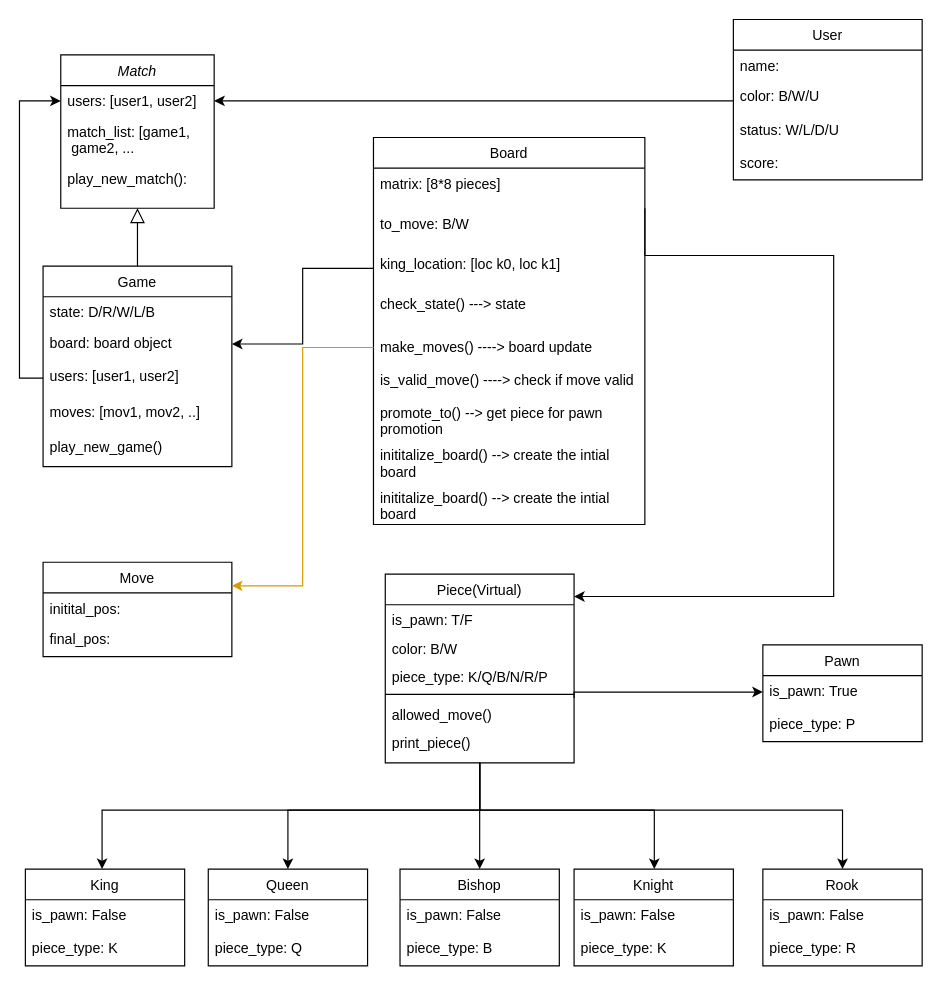
arindam9999/cgine keeps this draw.io diagram as class_diagram.drawio. Above is the earlier version. Source tidied: cells renumbered, new cells numbered last; positions are measured from the earlier drawing's top-left corner, leaving out a move shared by most shapes. Both pictures are drawn from the tidied source at 118%, with x=0, y=0 at pixel (25, 19).
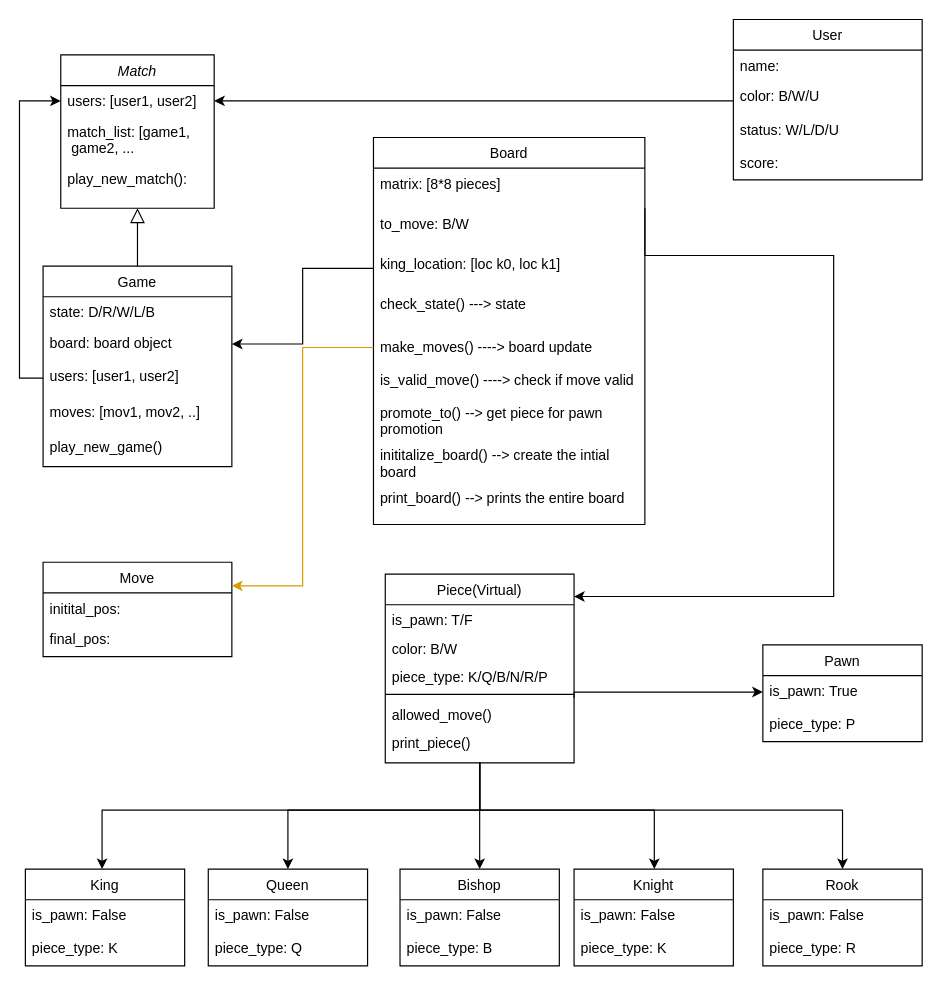
Above is the later version.

Commit message (it also covers changes not shown here):
Define list of TODOs

The change refers to these unchanged cells:
```xml
<mxCell id="25" value="Board" style="swimlane;fontStyle=0;align=center;verticalAlign=top;horizontal=1;startSize=26;rounded=0;shadow=0;strokeWidth=1;" parent="1" vertex="1">
  <mxGeometry x="295" y="100" width="230" height="328" as="geometry" />
</mxCell>
```

The edit, as a diff of the source:
```diff
@@
-    <mxCell id="34" value="inititalize_board() --&gt; create the intial &#10;board" style="text;align=left;verticalAlign=top;spacingLeft=4;spacingRight=4;overflow=hidden;rounded=0;shadow=0;html=0;" parent="25" vertex="1">
+    <mxCell id="34" value="print_board() --&gt; prints the entire board" style="text;align=left;verticalAlign=top;spacingLeft=4;spacingRight=4;overflow=hidden;rounded=0;shadow=0;html=0;" parent="25" vertex="1">
       <mxGeometry y="292" width="230" height="36" as="geometry" />
     </mxCell>
```
